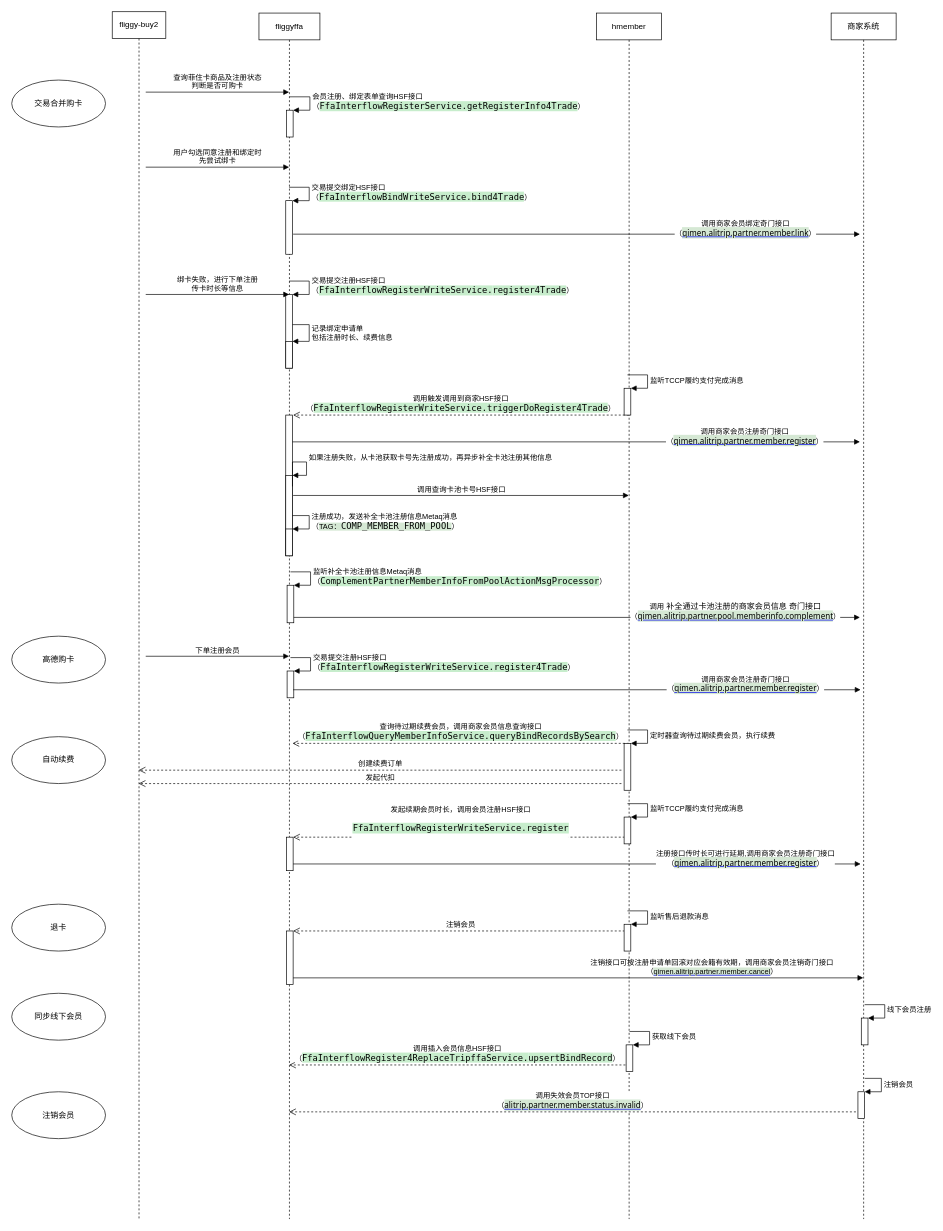
The draw.io diagram page "菲住注册流程" (5 of 7) of 会员接口时序.drawio in renqiuming/drawio, before the edit. Source tidied: cells renumbered, new cells numbered last; positions are measured from the earlier drawing's top-left corner, leaving out a move shared by most shapes. Both pictures are drawn from the tidied source at 67%, with x=0, y=0 at pixel (11, 11).
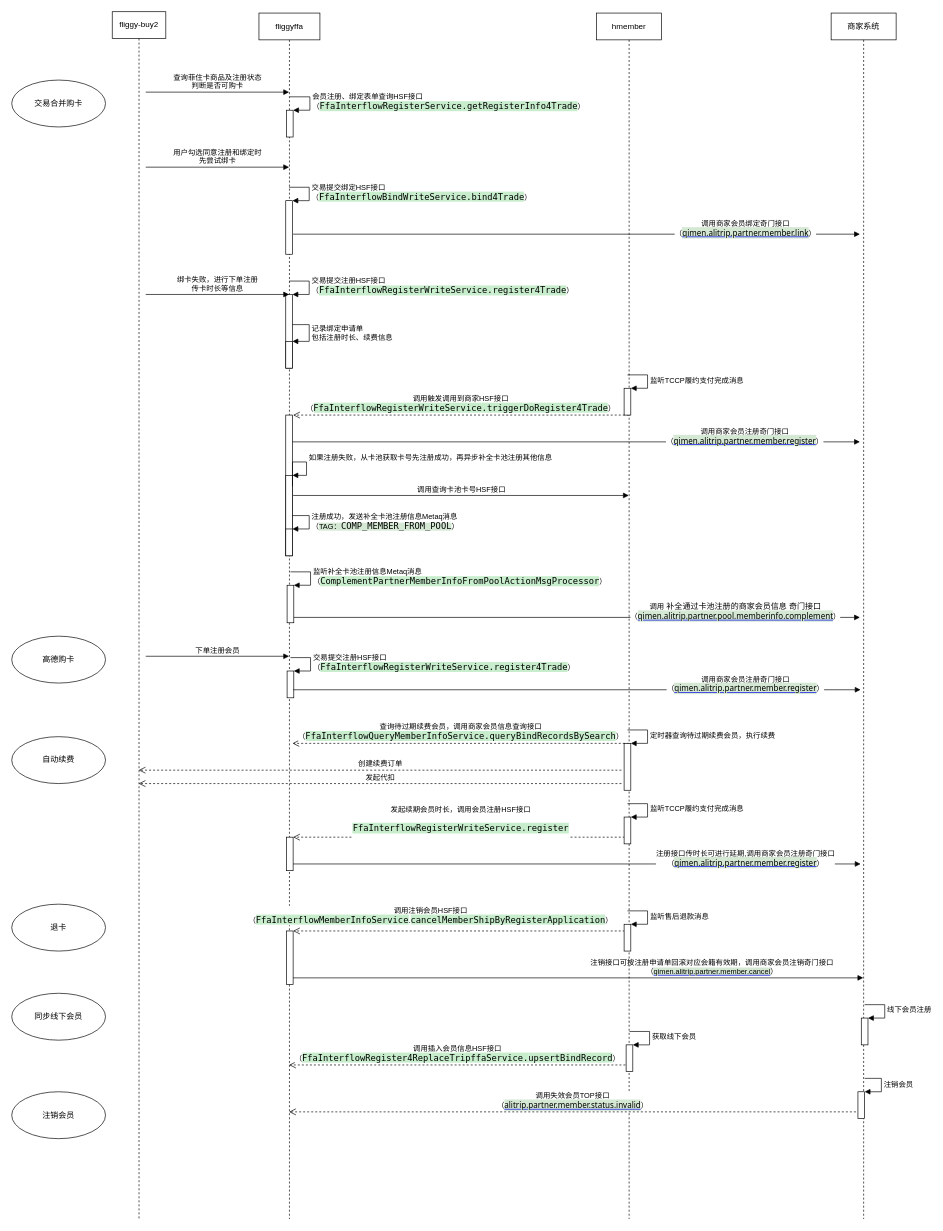
The same page after the edit.

The change refers to these unchanged cells:
```xml
<mxCell id="2" value="fliggyffa" style="shape=umlLifeline;perimeter=lifelinePerimeter;whiteSpace=wrap;html=1;outlineConnect=0;" parent="1" vertex="1">
  <mxGeometry x="369" y="2" width="91" height="1800" as="geometry" />
</mxCell>
<mxCell id="26" value="hmember" style="shape=umlLifeline;perimeter=lifelinePerimeter;whiteSpace=wrap;html=1;outlineConnect=0;" parent="1" vertex="1">
  <mxGeometry x="873" y="2" width="97" height="1800" as="geometry" />
</mxCell>
```

What changed in the source:
```diff
@@
-    <mxCell id="23" value="注销会员" style="html=1;verticalAlign=bottom;endArrow=open;dashed=1;endSize=8;" parent="2" edge="1" source="26">
-      <mxGeometry relative="1" as="geometry">
+    <mxCell id="23" value="调用注销会员HSF接口&lt;br&gt;（&lt;span style=&quot;background-color: rgb(199 , 237 , 204) ; font-family: &amp;#34;menlo&amp;#34; ; font-size: 9.8pt&quot;&gt;FfaInterflowMemberInfoService&lt;/span&gt;.&lt;span style=&quot;background-color: rgb(199 , 237 , 204) ; font-family: &amp;#34;menlo&amp;#34; ; font-size: 9.8pt&quot;&gt;cancelMemberShipByRegisterApplication&lt;/span&gt;）" style="html=1;verticalAlign=bottom;endArrow=open;dashed=1;endSize=8;" parent="2" edge="1" source="26">
+      <mxGeometry x="0.18" y="-6" relative="1" as="geometry">
         <mxPoint x="51" y="1370" as="targetPoint" />
       </mxGeometry>
     </mxCell>
```
